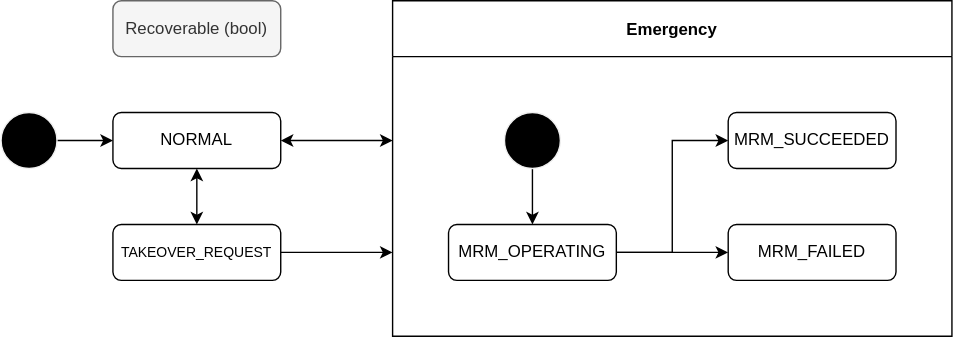
tier4/autoware-documentation keeps this draw.io diagram as docs/design/autoware-interfaces/ad-api/data/fail-safe-state.drawio.svg. Above is the earlier version. Source tidied: cells renumbered, new cells last; positions are measured from the earlier drawing's top-left corner, leaving out a move shared by most shapes.
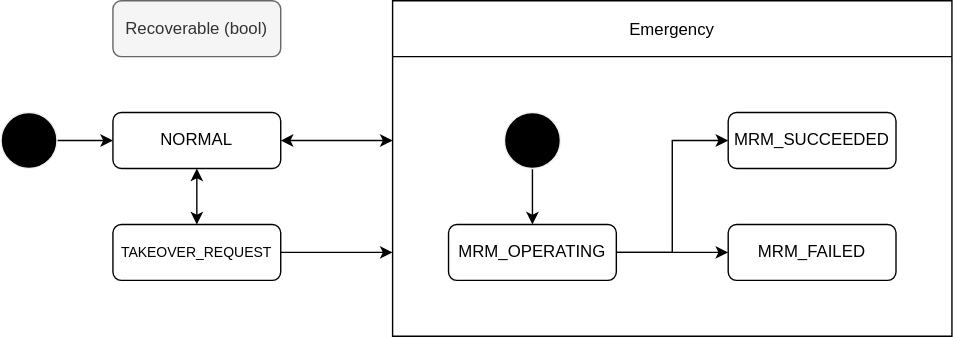
The same diagram one commit later.

What changed in the source:
```diff
@@ -25,7 +25,7 @@
     <mxCell id="8" value="NORMAL" style="rounded=1;whiteSpace=wrap;html=1;" parent="1" vertex="1">
       <mxGeometry x="80" y="80" width="120" height="40" as="geometry" />
     </mxCell>
-    <mxCell id="9" value="Emergency" style="swimlane;startSize=40;" parent="1" vertex="1">
+    <mxCell id="9" value="Emergency" style="swimlane;startSize=40;fontStyle=0;" parent="1" vertex="1">
       <mxGeometry x="280" width="400" height="240" as="geometry" />
     </mxCell>
     <mxCell id="10" value="MRM_SUCCEEDED" style="rounded=1;whiteSpace=wrap;html=1;" parent="9" vertex="1">
```
